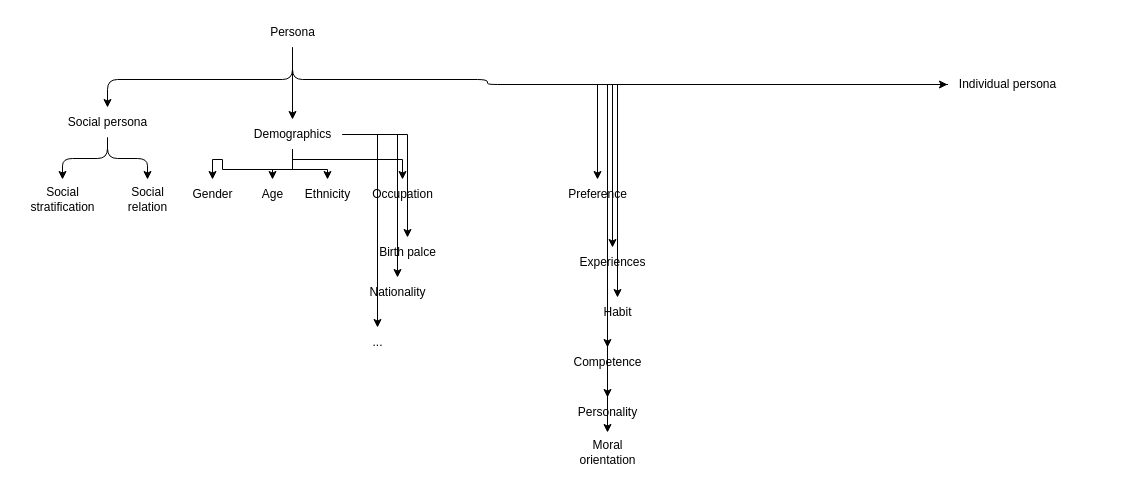
Earlier version of the draw.io diagram Untitled Diagram.drawio (MuMu-Lily/EatKun). Source tidied: cells renumbered, new cells numbered last; positions are measured from the earlier drawing's top-left corner, leaving out a move shared by most shapes. Both pictures are drawn from the tidied source at 100%, with x=0, y=0 at pixel (17, 17).
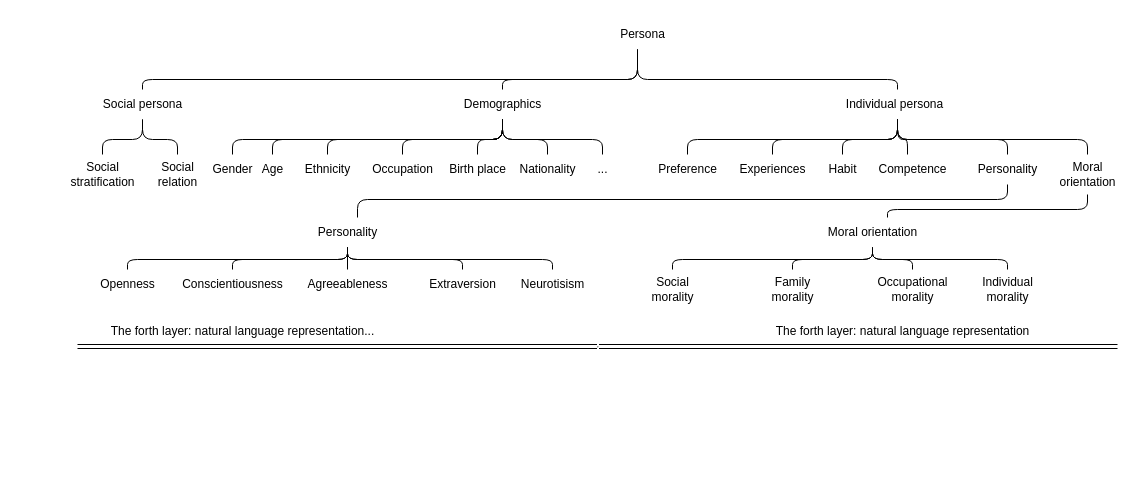
Above is the later version.

What changed in the source:
```diff
@@
-    <mxCell id="2" style="edgeStyle=orthogonalEdgeStyle;rounded=1;jettySize=auto;html=1;" parent="1" edge="1" source="5" target="8">
+    <mxCell id="2" style="edgeStyle=orthogonalEdgeStyle;rounded=1;jettySize=auto;html=1;strokeWidth=1;endArrow=none;endFill=0;" parent="1" edge="1" source="5" target="8">
       <mxGeometry relative="1" as="geometry">
         <Array as="points">
-          <mxPoint x="275" y="62" />
-          <mxPoint x="90" y="62" />
+          <mxPoint x="620" y="62" />
+          <mxPoint x="125" y="62" />
         </Array>
       </mxGeometry>
     </mxCell>
-    <mxCell id="3" style="edgeStyle=orthogonalEdgeStyle;rounded=1;jettySize=auto;html=1;" parent="1" edge="1" source="5" target="16">
-      <mxGeometry relative="1" as="geometry" />
+    <mxCell id="3" style="edgeStyle=orthogonalEdgeStyle;rounded=1;jettySize=auto;html=1;endArrow=none;endFill=0;" parent="1" edge="1" source="5" target="16">
+      <mxGeometry relative="1" as="geometry">
+        <Array as="points">
+          <mxPoint x="620" y="62" />
+          <mxPoint x="485" y="62" />
+        </Array>
+      </mxGeometry>
     </mxCell>
-    <mxCell id="4" style="edgeStyle=orthogonalEdgeStyle;jettySize=auto;html=1;rounded=1;" parent="1" edge="1" source="5" target="23">
+    <mxCell id="4" style="edgeStyle=orthogonalEdgeStyle;jettySize=auto;html=1;rounded=1;endArrow=none;endFill=0;" parent="1" edge="1" source="5" target="23">
       <mxGeometry relative="1" as="geometry">
         <Array as="points">
-          <mxPoint x="275" y="62" />
-          <mxPoint x="470" y="62" />
+          <mxPoint x="620" y="62" />
+          <mxPoint x="880" y="62" />
         </Array>
       </mxGeometry>
     </mxCell>
     <mxCell id="5" value="Persona" style="text;html=1;align=center;verticalAlign=middle;points=[];strokeColor=none;fillColor=none;rounded=0;shadow=0;" parent="1" vertex="1">
-      <mxGeometry x="240" width="70" height="30" as="geometry" />
+      <mxGeometry x="590" y="2" width="70" height="30" as="geometry" />
     </mxCell>
-    <mxCell id="6" style="edgeStyle=orthogonalEdgeStyle;rounded=1;jettySize=auto;html=1;" parent="1" edge="1" source="8" target="24">
+    <mxCell id="6" style="edgeStyle=orthogonalEdgeStyle;rounded=1;jettySize=auto;html=1;endArrow=none;endFill=0;" parent="1" edge="1" source="8" target="24">
       <mxGeometry relative="1" as="geometry" />
     </mxCell>
-    <mxCell id="7" style="edgeStyle=orthogonalEdgeStyle;rounded=1;jettySize=auto;html=1;" parent="1" edge="1" source="8" target="25">
+    <mxCell id="7" style="edgeStyle=orthogonalEdgeStyle;rounded=1;jettySize=auto;html=1;endArrow=none;endFill=0;" parent="1" edge="1" source="8" target="25">
       <mxGeometry relative="1" as="geometry" />
     </mxCell>
     <mxCell id="8" value="Social persona" style="text;html=1;align=center;verticalAlign=middle;points=[];strokeColor=none;fillColor=none;" parent="1" vertex="1">
-      <mxGeometry x="40" y="90" width="100" height="30" as="geometry" />
+      <mxGeometry x="75" y="72" width="100" height="30" as="geometry" />
     </mxCell>
-    <mxCell id="9" style="edgeStyle=orthogonalEdgeStyle;rounded=0;jettySize=auto;html=1;" parent="1" edge="1" source="16" target="26">
-      <mxGeometry relative="1" as="geometry" />
+    <mxCell id="9" style="edgeStyle=orthogonalEdgeStyle;rounded=1;jettySize=auto;html=1;endArrow=none;endFill=0;" parent="1" edge="1" source="16" target="26">
+      <mxGeometry relative="1" as="geometry">
+        <Array as="points">
+          <mxPoint x="485" y="122" />
+          <mxPoint x="215" y="122" />
+        </Array>
+      </mxGeometry>
     </mxCell>
-    <mxCell id="10" style="edgeStyle=orthogonalEdgeStyle;rounded=0;jettySize=auto;html=1;" parent="1" edge="1" source="16" target="27">
-      <mxGeometry relative="1" as="geometry" />
+    <mxCell id="10" style="edgeStyle=orthogonalEdgeStyle;rounded=1;jettySize=auto;html=1;endArrow=none;endFill=0;" parent="1" edge="1" source="16" target="27">
+      <mxGeometry relative="1" as="geometry">
+        <Array as="points">
+          <mxPoint x="485" y="122" />
+          <mxPoint x="255" y="122" />
+        </Array>
+      </mxGeometry>
     </mxCell>
-    <mxCell id="11" style="edgeStyle=orthogonalEdgeStyle;rounded=0;jettySize=auto;html=1;" parent="1" edge="1" source="16" target="28">
-      <mxGeometry relative="1" as="geometry" />
+    <mxCell id="11" style="edgeStyle=orthogonalEdgeStyle;rounded=1;jettySize=auto;html=1;endArrow=none;endFill=0;" parent="1" edge="1" source="16" target="28">
+      <mxGeometry relative="1" as="geometry">
+        <Array as="points">
+          <mxPoint x="485" y="122" />
+          <mxPoint x="310" y="122" />
+        </Array>
+      </mxGeometry>
     </mxCell>
-    <mxCell id="12" style="edgeStyle=orthogonalEdgeStyle;rounded=0;jettySize=auto;html=1;" parent="1" edge="1" source="16" target="29">
+    <mxCell id="12" style="edgeStyle=orthogonalEdgeStyle;rounded=1;jettySize=auto;html=1;endArrow=none;endFill=0;" parent="1" edge="1" source="16" target="29">
       <mxGeometry relative="1" as="geometry">
         <Array as="points">
-          <mxPoint x="275" y="142" />
-          <mxPoint x="385" y="142" />
+          <mxPoint x="485" y="122" />
+          <mxPoint x="385" y="122" />
         </Array>
       </mxGeometry>
     </mxCell>
-    <mxCell id="13" style="edgeStyle=orthogonalEdgeStyle;rounded=0;jettySize=auto;html=1;" parent="1" edge="1" source="16" target="30">
-      <mxGeometry relative="1" as="geometry" />
+    <mxCell id="13" style="edgeStyle=orthogonalEdgeStyle;rounded=1;jettySize=auto;html=1;endArrow=none;endFill=0;" parent="1" edge="1" source="16" target="30">
+      <mxGeometry relative="1" as="geometry">
+        <Array as="points">
+          <mxPoint x="485" y="122" />
+          <mxPoint x="460" y="122" />
+        </Array>
+      </mxGeometry>
     </mxCell>
-    <mxCell id="14" style="edgeStyle=orthogonalEdgeStyle;rounded=0;jettySize=auto;html=1;" parent="1" edge="1" source="16" target="31">
+    <mxCell id="14" style="edgeStyle=orthogonalEdgeStyle;rounded=1;jettySize=auto;html=1;endArrow=none;endFill=0;" parent="1" edge="1" source="16" target="31">
       <mxGeometry relative="1" as="geometry" />
     </mxCell>
-    <mxCell id="15" style="edgeStyle=orthogonalEdgeStyle;rounded=0;jettySize=auto;html=1;" parent="1" edge="1" source="16" target="32">
-      <mxGeometry relative="1" as="geometry" />
+    <mxCell id="15" style="edgeStyle=orthogonalEdgeStyle;rounded=1;jettySize=auto;html=1;endArrow=none;endFill=0;" parent="1" edge="1" source="16" target="32">
+      <mxGeometry relative="1" as="geometry">
+        <Array as="points">
+          <mxPoint x="485" y="122" />
+          <mxPoint x="585" y="122" />
+        </Array>
+      </mxGeometry>
     </mxCell>
     <mxCell id="16" value="Demographics" style="text;html=1;align=center;verticalAlign=middle;points=[];strokeColor=none;fillColor=none;" parent="1" vertex="1">
-      <mxGeometry x="225" y="102" width="100" height="30" as="geometry" />
+      <mxGeometry x="435" y="72" width="100" height="30" as="geometry" />
     </mxCell>
-    <mxCell id="17" style="edgeStyle=orthogonalEdgeStyle;rounded=0;jettySize=auto;html=1;" parent="1" edge="1" source="23" target="33">
-      <mxGeometry relative="1" as="geometry" />
+    <mxCell id="17" style="edgeStyle=orthogonalEdgeStyle;rounded=1;jettySize=auto;html=1;endArrow=none;endFill=0;" parent="1" edge="1" source="23" target="33">
+      <mxGeometry relative="1" as="geometry">
+        <Array as="points">
+          <mxPoint x="880" y="122" />
+          <mxPoint x="670" y="122" />
+        </Array>
+      </mxGeometry>
     </mxCell>
-    <mxCell id="18" style="edgeStyle=orthogonalEdgeStyle;rounded=0;jettySize=auto;html=1;" parent="1" edge="1" source="23" target="34">
-      <mxGeometry relative="1" as="geometry" />
+    <mxCell id="18" style="edgeStyle=orthogonalEdgeStyle;rounded=1;jettySize=auto;html=1;endArrow=none;endFill=0;" parent="1" edge="1" source="23" target="34">
+      <mxGeometry relative="1" as="geometry">
+        <Array as="points">
+          <mxPoint x="880" y="122" />
+          <mxPoint x="755" y="122" />
+        </Array>
+      </mxGeometry>
     </mxCell>
-    <mxCell id="19" style="edgeStyle=orthogonalEdgeStyle;rounded=0;jettySize=auto;html=1;" parent="1" edge="1" source="23" target="35">
-      <mxGeometry relative="1" as="geometry" />
+    <mxCell id="19" style="edgeStyle=orthogonalEdgeStyle;rounded=1;jettySize=auto;html=1;endArrow=none;endFill=0;" parent="1" edge="1" source="23" target="35">
+      <mxGeometry relative="1" as="geometry">
+        <Array as="points">
+          <mxPoint x="880" y="122" />
+          <mxPoint x="825" y="122" />
+        </Array>
+      </mxGeometry>
     </mxCell>
-    <mxCell id="20" style="edgeStyle=orthogonalEdgeStyle;rounded=0;jettySize=auto;html=1;" parent="1" edge="1" source="23" target="36">
-      <mxGeometry relative="1" as="geometry" />
+    <mxCell id="20" style="edgeStyle=orthogonalEdgeStyle;rounded=1;jettySize=auto;html=1;endArrow=none;endFill=0;" parent="1" edge="1" source="23" target="36">
+      <mxGeometry relative="1" as="geometry">
+        <Array as="points">
+          <mxPoint x="880" y="122" />
+          <mxPoint x="890" y="122" />
+        </Array>
+      </mxGeometry>
     </mxCell>
-    <mxCell id="21" style="edgeStyle=orthogonalEdgeStyle;rounded=0;jettySize=auto;html=1;" parent="1" edge="1" source="23" target="37">
-      <mxGeometry relative="1" as="geometry" />
+    <mxCell id="21" style="edgeStyle=orthogonalEdgeStyle;rounded=1;jettySize=auto;html=1;endArrow=none;endFill=0;" parent="1" edge="1" source="23" target="37">
+      <mxGeometry relative="1" as="geometry">
+        <Array as="points">
+          <mxPoint x="880" y="122" />
+          <mxPoint x="990" y="122" />
+        </Array>
+      </mxGeometry>
     </mxCell>
-    <mxCell id="22" style="edgeStyle=orthogonalEdgeStyle;rounded=0;jettySize=auto;html=1;" parent="1" edge="1" source="23" target="38">
-      <mxGeometry relative="1" as="geometry" />
+    <mxCell id="22" style="edgeStyle=orthogonalEdgeStyle;rounded=1;jettySize=auto;html=1;endArrow=none;endFill=0;" parent="1" edge="1" source="23" target="38">
+      <mxGeometry relative="1" as="geometry">
+        <Array as="points">
+          <mxPoint x="880" y="122" />
+          <mxPoint x="1070" y="122" />
+        </Array>
+      </mxGeometry>
     </mxCell>
     <mxCell id="23" value="Individual persona" style="text;html=1;align=center;verticalAlign=middle;points=[];strokeColor=none;fillColor=none;" parent="1" vertex="1">
-      <mxGeometry x="930" y="52" width="120" height="30" as="geometry" />
+      <mxGeometry x="817" y="72" width="120" height="30" as="geometry" />
     </mxCell>
     <mxCell id="24" value="Social&lt;br&gt;stratification" style="text;html=1;align=center;verticalAlign=middle;points=[];strokeColor=none;fillColor=none;" parent="1" vertex="1">
-      <mxGeometry y="162" width="90" height="40" as="geometry" />
+      <mxGeometry x="40" y="137" width="90" height="40" as="geometry" />
     </mxCell>
     <mxCell id="25" value="Social&lt;br&gt;relation" style="text;html=1;align=center;verticalAlign=middle;points=[];strokeColor=none;fillColor=none;" parent="1" vertex="1">
-      <mxGeometry x="100" y="162" width="60" height="40" as="geometry" />
+      <mxGeometry x="130" y="137" width="60" height="40" as="geometry" />
     </mxCell>
     <mxCell id="26" value="Gender" style="text;html=1;align=center;verticalAlign=middle;points=[];strokeColor=none;fillColor=none;" parent="1" vertex="1">
-      <mxGeometry x="165" y="162" width="60" height="30" as="geometry" />
+      <mxGeometry x="185" y="137" width="60" height="30" as="geometry" />
     </mxCell>
     <mxCell id="27" value="Age" style="text;html=1;align=center;verticalAlign=middle;points=[];strokeColor=none;fillColor=none;" parent="1" vertex="1">
-      <mxGeometry x="235" y="162" width="40" height="30" as="geometry" />
+      <mxGeometry x="235" y="137" width="40" height="30" as="geometry" />
     </mxCell>
     <mxCell id="28" value="Ethnicity" style="text;html=1;align=center;verticalAlign=middle;points=[];strokeColor=none;fillColor=none;" parent="1" vertex="1">
-      <mxGeometry x="275" y="162" width="70" height="30" as="geometry" />
+      <mxGeometry x="275" y="137" width="70" height="30" as="geometry" />
     </mxCell>
     <mxCell id="29" value="Occupation" style="text;html=1;align=center;verticalAlign=middle;points=[];strokeColor=none;fillColor=none;" parent="1" vertex="1">
-      <mxGeometry x="345" y="162" width="80" height="30" as="geometry" />
+      <mxGeometry x="345" y="137" width="80" height="30" as="geometry" />
     </mxCell>
-    <mxCell id="30" value="Birth palce" style="text;html=1;align=center;verticalAlign=middle;points=[];strokeColor=none;fillColor=none;" parent="1" vertex="1">
-      <mxGeometry x="350" y="220" width="80" height="30" as="geometry" />
+    <mxCell id="30" value="Birth place" style="text;html=1;align=center;verticalAlign=middle;points=[];strokeColor=none;fillColor=none;" parent="1" vertex="1">
+      <mxGeometry x="420" y="137" width="80" height="30" as="geometry" />
     </mxCell>
     <mxCell id="31" value="Nationality" style="text;html=1;align=center;verticalAlign=middle;points=[];strokeColor=none;fillColor=none;" parent="1" vertex="1">
-      <mxGeometry x="340" y="260" width="80" height="30" as="geometry" />
+      <mxGeometry x="490" y="137" width="80" height="30" as="geometry" />
     </mxCell>
     <mxCell id="32" value="..." style="text;html=1;align=center;verticalAlign=middle;points=[];strokeColor=none;fillColor=none;" parent="1" vertex="1">
-      <mxGeometry x="345" y="310" width="30" height="30" as="geometry" />
+      <mxGeometry x="570" y="137" width="30" height="30" as="geometry" />
     </mxCell>
     <mxCell id="33" value="Preference" style="text;html=1;align=center;verticalAlign=middle;points=[];strokeColor=none;fillColor=none;" parent="1" vertex="1">
-      <mxGeometry x="540" y="162" width="80" height="30" as="geometry" />
+      <mxGeometry x="630" y="137" width="80" height="30" as="geometry" />
     </mxCell>
     <mxCell id="34" value="Experiences" style="text;html=1;align=center;verticalAlign=middle;points=[];strokeColor=none;fillColor=none;" parent="1" vertex="1">
-      <mxGeometry x="550" y="230" width="90" height="30" as="geometry" />
+      <mxGeometry x="710" y="137" width="90" height="30" as="geometry" />
     </mxCell>
     <mxCell id="35" value="Habit" style="text;html=1;align=center;verticalAlign=middle;points=[];strokeColor=none;fillColor=none;" parent="1" vertex="1">
-      <mxGeometry x="575" y="280" width="50" height="30" as="geometry" />
+      <mxGeometry x="800" y="137" width="50" height="30" as="geometry" />
     </mxCell>
     <mxCell id="36" value="Competence" style="text;html=1;align=center;verticalAlign=middle;points=[];strokeColor=none;fillColor=none;" parent="1" vertex="1">
-      <mxGeometry x="545" y="330" width="90" height="30" as="geometry" />
+      <mxGeometry x="850" y="137" width="90" height="30" as="geometry" />
     </mxCell>
+    <mxCell id="39" style="edgeStyle=orthogonalEdgeStyle;rounded=1;jettySize=auto;html=1;endArrow=none;endFill=0;" parent="1" edge="1" source="37" target="46">
+      <mxGeometry relative="1" as="geometry">
+        <Array as="points">
+          <mxPoint x="990" y="182" />
+          <mxPoint x="340" y="182" />
+        </Array>
+      </mxGeometry>
+    </mxCell>
     <mxCell id="37" value="Personality" style="text;html=1;align=center;verticalAlign=middle;points=[];strokeColor=none;fillColor=none;" parent="1" vertex="1">
-      <mxGeometry x="550" y="380" width="80" height="30" as="geometry" />
+      <mxGeometry x="950" y="137" width="80" height="30" as="geometry" />
     </mxCell>
+    <mxCell id="40" style="edgeStyle=orthogonalEdgeStyle;rounded=1;jettySize=auto;html=1;endArrow=none;endFill=0;" parent="1" edge="1" source="38" target="51">
+      <mxGeometry relative="1" as="geometry">
+        <Array as="points">
+          <mxPoint x="1070" y="192" />
+          <mxPoint x="870" y="192" />
+        </Array>
+      </mxGeometry>
+    </mxCell>
     <mxCell id="38" value="Moral&lt;br&gt;orientation" style="text;html=1;align=center;verticalAlign=middle;points=[];strokeColor=none;fillColor=none;" parent="1" vertex="1">
-      <mxGeometry x="550" y="415" width="80" height="40" as="geometry" />
+      <mxGeometry x="1030" y="137" width="80" height="40" as="geometry" />
     </mxCell>
+    <mxCell id="41" style="edgeStyle=orthogonalEdgeStyle;rounded=1;jettySize=auto;html=1;endArrow=none;endFill=0;" parent="1" edge="1" source="46" target="52">
+      <mxGeometry relative="1" as="geometry">
+        <Array as="points">
+          <mxPoint x="330" y="242" />
+          <mxPoint x="110" y="242" />
+        </Array>
+      </mxGeometry>
+    </mxCell>
+    <mxCell id="42" style="edgeStyle=orthogonalEdgeStyle;rounded=1;jettySize=auto;html=1;endArrow=none;endFill=0;" parent="1" edge="1" source="46" target="53">
+      <mxGeometry relative="1" as="geometry">
+        <Array as="points">
+          <mxPoint x="330" y="242" />
+          <mxPoint x="215" y="242" />
+        </Array>
+      </mxGeometry>
+    </mxCell>
+    <mxCell id="43" style="edgeStyle=orthogonalEdgeStyle;rounded=1;jettySize=auto;html=1;endArrow=none;endFill=0;" parent="1" edge="1" source="46" target="54">
+      <mxGeometry relative="1" as="geometry" />
+    </mxCell>
+    <mxCell id="44" style="edgeStyle=orthogonalEdgeStyle;rounded=1;jettySize=auto;html=1;endArrow=none;endFill=0;" parent="1" edge="1" source="46" target="55">
+      <mxGeometry relative="1" as="geometry">
+        <Array as="points">
+          <mxPoint x="330" y="242" />
+          <mxPoint x="445" y="242" />
+        </Array>
+      </mxGeometry>
+    </mxCell>
+    <mxCell id="45" style="edgeStyle=orthogonalEdgeStyle;rounded=1;jettySize=auto;html=1;endArrow=none;endFill=0;" parent="1" edge="1" source="46" target="56">
+      <mxGeometry relative="1" as="geometry">
+        <Array as="points">
+          <mxPoint x="330" y="242" />
+          <mxPoint x="535" y="242" />
+        </Array>
+      </mxGeometry>
+    </mxCell>
+    <mxCell id="46" value="Personality" style="text;html=1;align=center;verticalAlign=middle;points=[];strokeColor=none;fillColor=none;" parent="1" vertex="1">
+      <mxGeometry x="290" y="200" width="80" height="30" as="geometry" />
+    </mxCell>
+    <mxCell id="47" style="edgeStyle=orthogonalEdgeStyle;rounded=1;jettySize=auto;html=1;endArrow=none;endFill=0;" parent="1" edge="1" source="51" target="57">
+      <mxGeometry relative="1" as="geometry">
+        <Array as="points">
+          <mxPoint x="855" y="242" />
+          <mxPoint x="655" y="242" />
+        </Array>
+      </mxGeometry>
+    </mxCell>
+    <mxCell id="48" style="edgeStyle=orthogonalEdgeStyle;rounded=1;jettySize=auto;html=1;endArrow=none;endFill=0;" parent="1" edge="1" source="51" target="60">
+      <mxGeometry relative="1" as="geometry">
+        <Array as="points">
+          <mxPoint x="855" y="242" />
+          <mxPoint x="990" y="242" />
+        </Array>
+      </mxGeometry>
+    </mxCell>
+    <mxCell id="49" style="edgeStyle=orthogonalEdgeStyle;rounded=1;jettySize=auto;html=1;endArrow=none;endFill=0;" parent="1" edge="1" source="51" target="58">
+      <mxGeometry relative="1" as="geometry">
+        <Array as="points">
+          <mxPoint x="855" y="242" />
+          <mxPoint x="775" y="242" />
+        </Array>
+      </mxGeometry>
+    </mxCell>
+    <mxCell id="50" style="edgeStyle=orthogonalEdgeStyle;rounded=1;jettySize=auto;html=1;endArrow=none;endFill=0;" parent="1" edge="1" source="51" target="59">
+      <mxGeometry relative="1" as="geometry">
+        <Array as="points">
+          <mxPoint x="855" y="242" />
+          <mxPoint x="895" y="242" />
+        </Array>
+      </mxGeometry>
+    </mxCell>
+    <mxCell id="51" value="Moral orientation" style="text;html=1;align=center;verticalAlign=middle;points=[];strokeColor=none;fillColor=none;" parent="1" vertex="1">
+      <mxGeometry x="800" y="200" width="110" height="30" as="geometry" />
+    </mxCell>
+    <mxCell id="52" value="Openness" style="text;html=1;align=center;verticalAlign=middle;points=[];strokeColor=none;fillColor=none;" parent="1" vertex="1">
+      <mxGeometry x="70" y="252" width="80" height="30" as="geometry" />
+    </mxCell>
+    <mxCell id="53" value="Conscientiousness" style="text;html=1;align=center;verticalAlign=middle;points=[];strokeColor=none;fillColor=none;" parent="1" vertex="1">
+      <mxGeometry x="155" y="252" width="120" height="30" as="geometry" />
+    </mxCell>
+    <mxCell id="54" value="Agreeableness" style="text;html=1;align=center;verticalAlign=middle;points=[];strokeColor=none;fillColor=none;" parent="1" vertex="1">
+      <mxGeometry x="280" y="252" width="100" height="30" as="geometry" />
+    </mxCell>
+    <mxCell id="55" value="Extraversion" style="text;html=1;align=center;verticalAlign=middle;points=[];strokeColor=none;fillColor=none;" parent="1" vertex="1">
+      <mxGeometry x="400" y="252" width="90" height="30" as="geometry" />
+    </mxCell>
+    <mxCell id="56" value="Neurotisism" style="text;html=1;align=center;verticalAlign=middle;points=[];strokeColor=none;fillColor=none;" parent="1" vertex="1">
+      <mxGeometry x="490" y="252" width="90" height="30" as="geometry" />
+    </mxCell>
+    <mxCell id="57" value="Social&lt;br&gt;morality" style="text;html=1;align=center;verticalAlign=middle;points=[];strokeColor=none;fillColor=none;" parent="1" vertex="1">
+      <mxGeometry x="620" y="252" width="70" height="40" as="geometry" />
+    </mxCell>
+    <mxCell id="58" value="Family&lt;br&gt;morality" style="text;html=1;align=center;verticalAlign=middle;points=[];strokeColor=none;fillColor=none;" parent="1" vertex="1">
+      <mxGeometry x="740" y="252" width="70" height="40" as="geometry" />
+    </mxCell>
+    <mxCell id="59" value="Occupational&lt;br&gt;morality" style="text;html=1;align=center;verticalAlign=middle;points=[];strokeColor=none;fillColor=none;" parent="1" vertex="1">
+      <mxGeometry x="850" y="252" width="90" height="40" as="geometry" />
+    </mxCell>
+    <mxCell id="60" value="Individual&lt;br&gt;morality" style="text;html=1;align=center;verticalAlign=middle;points=[];strokeColor=none;fillColor=none;" parent="1" vertex="1">
+      <mxGeometry x="955" y="252" width="70" height="40" as="geometry" />
+    </mxCell>
+    <mxCell id="61" value="The forth layer: natural language representation..." style="text;html=1;align=center;verticalAlign=middle;strokeColor=none;fillColor=none;" parent="1" vertex="1">
+      <mxGeometry x="80" y="299" width="290" height="30" as="geometry" />
+    </mxCell>
+    <mxCell id="62" value="The forth layer: natural language representation" style="text;html=1;align=center;verticalAlign=middle;strokeColor=none;fillColor=none;" parent="1" vertex="1">
+      <mxGeometry x="745" y="299" width="280" height="30" as="geometry" />
+    </mxCell>
+    <mxCell id="63" value="&lt;hr&gt;" style="edgeStyle=none;orthogonalLoop=1;jettySize=auto;html=1;rounded=0;shape=link;" parent="1" edge="1">
+      <mxGeometry relative="1" as="geometry">
+        <mxPoint x="60" y="329" as="sourcePoint" />
+        <mxPoint x="1100" y="329" as="targetPoint" />
+      </mxGeometry>
+    </mxCell>
```
